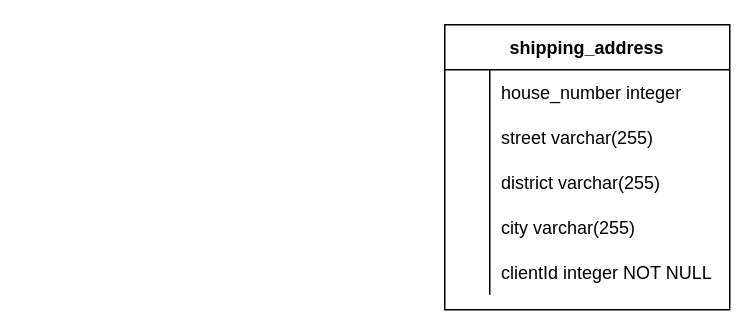
The draw.io diagram lab05/ex1.drawio in ilya-siluyanov/DrawIO, before the edit. Source tidied: cells renumbered, new cells numbered last; positions are measured from the earlier drawing's top-left corner, leaving out a move shared by most shapes. Both pictures are drawn from the tidied source at 150%, with x=0, y=0 at pixel (444, 24).
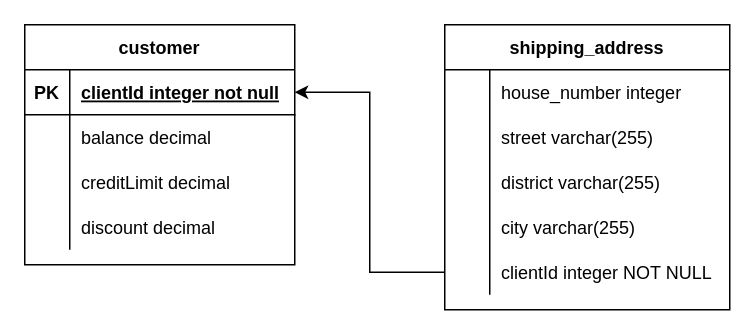
After the change.

The change refers to these unchanged cells:
```xml
<mxCell id="15" style="shape=tableRow;horizontal=0;startSize=0;swimlaneHead=0;swimlaneBody=0;fillColor=none;points=[[0,0.5],[1,0.5]];portConstraint=eastwest;top=0;left=0;right=0;bottom=0;" parent="2" vertex="1">
  <mxGeometry y="150" width="190" height="30" as="geometry" />
</mxCell>
```

Change to the diagram source:
```diff
@@
+    <mxCell id="18" value="customer" style="shape=table;startSize=30;childLayout=tableLayout;rowLines=0;fontStyle=1;align=center;" parent="1" vertex="1">
+      <mxGeometry x="-280" width="180" height="160" as="geometry" />
+    </mxCell>
+    <mxCell id="19" style="shape=tableRow;horizontal=0;startSize=0;swimlaneHead=0;swimlaneBody=0;fillColor=none;points=[[0,0.5],[1,0.5]];portConstraint=eastwest;top=0;left=0;right=0;bottom=1;" parent="18" vertex="1">
+      <mxGeometry y="30" width="180" height="30" as="geometry" />
+    </mxCell>
+    <mxCell id="20" value="PK" style="shape=partialRectangle;overflow=hidden;fillColor=none;top=0;left=0;bottom=0;right=0;fontStyle=1;" parent="19" vertex="1">
+      <mxGeometry width="30" height="30" as="geometry" />
+    </mxCell>
+    <mxCell id="21" value="clientId integer  not null" style="shape=partialRectangle;overflow=hidden;fillColor=none;align=left;top=0;left=0;bottom=0;right=0;spacingLeft=6;fontStyle=5;" parent="19" vertex="1">
+      <mxGeometry x="30" width="150" height="30" as="geometry" />
+    </mxCell>
+    <mxCell id="22" style="shape=tableRow;horizontal=0;startSize=0;swimlaneHead=0;swimlaneBody=0;fillColor=none;top=0;left=0;right=0;bottom=0;" parent="18" vertex="1">
+      <mxGeometry y="60" width="180" height="30" as="geometry" />
+    </mxCell>
+    <mxCell id="23" style="shape=partialRectangle;overflow=hidden;fillColor=none;top=0;left=0;bottom=0;right=0;" parent="22" vertex="1">
+      <mxGeometry width="30" height="30" as="geometry" />
+    </mxCell>
+    <mxCell id="24" value="balance decimal" style="shape=partialRectangle;overflow=hidden;fillColor=none;align=left;top=0;left=0;bottom=0;right=0;spacingLeft=6;" parent="22" vertex="1">
+      <mxGeometry x="30" width="150" height="30" as="geometry" />
+    </mxCell>
+    <mxCell id="25" style="shape=tableRow;horizontal=0;startSize=0;swimlaneHead=0;swimlaneBody=0;fillColor=none;top=0;left=0;right=0;bottom=0;" parent="18" vertex="1">
+      <mxGeometry y="90" width="180" height="30" as="geometry" />
+    </mxCell>
+    <mxCell id="26" style="shape=partialRectangle;overflow=hidden;fillColor=none;top=0;left=0;bottom=0;right=0;" parent="25" vertex="1">
+      <mxGeometry width="30" height="30" as="geometry" />
+    </mxCell>
+    <mxCell id="27" value="creditLimit decimal" style="shape=partialRectangle;overflow=hidden;fillColor=none;align=left;top=0;left=0;bottom=0;right=0;spacingLeft=6;" parent="25" vertex="1">
+      <mxGeometry x="30" width="150" height="30" as="geometry" />
+    </mxCell>
+    <mxCell id="28" style="shape=tableRow;horizontal=0;startSize=0;swimlaneHead=0;swimlaneBody=0;fillColor=none;top=0;left=0;right=0;bottom=0;" parent="18" vertex="1">
+      <mxGeometry y="120" width="180" height="30" as="geometry" />
+    </mxCell>
+    <mxCell id="29" style="shape=partialRectangle;overflow=hidden;fillColor=none;top=0;left=0;bottom=0;right=0;" parent="28" vertex="1">
+      <mxGeometry width="30" height="30" as="geometry" />
+    </mxCell>
+    <mxCell id="30" value="discount decimal" style="shape=partialRectangle;overflow=hidden;fillColor=none;align=left;top=0;left=0;bottom=0;right=0;spacingLeft=6;" parent="28" vertex="1">
+      <mxGeometry x="30" width="150" height="30" as="geometry" />
+    </mxCell>
+    <mxCell id="31" style="edgeStyle=orthogonalEdgeStyle;rounded=0;jettySize=auto;html=1;entryX=1;entryY=0.5;entryDx=0;entryDy=0;" parent="1" edge="1" source="15" target="19">
+      <mxGeometry relative="1" as="geometry" />
+    </mxCell>
```
